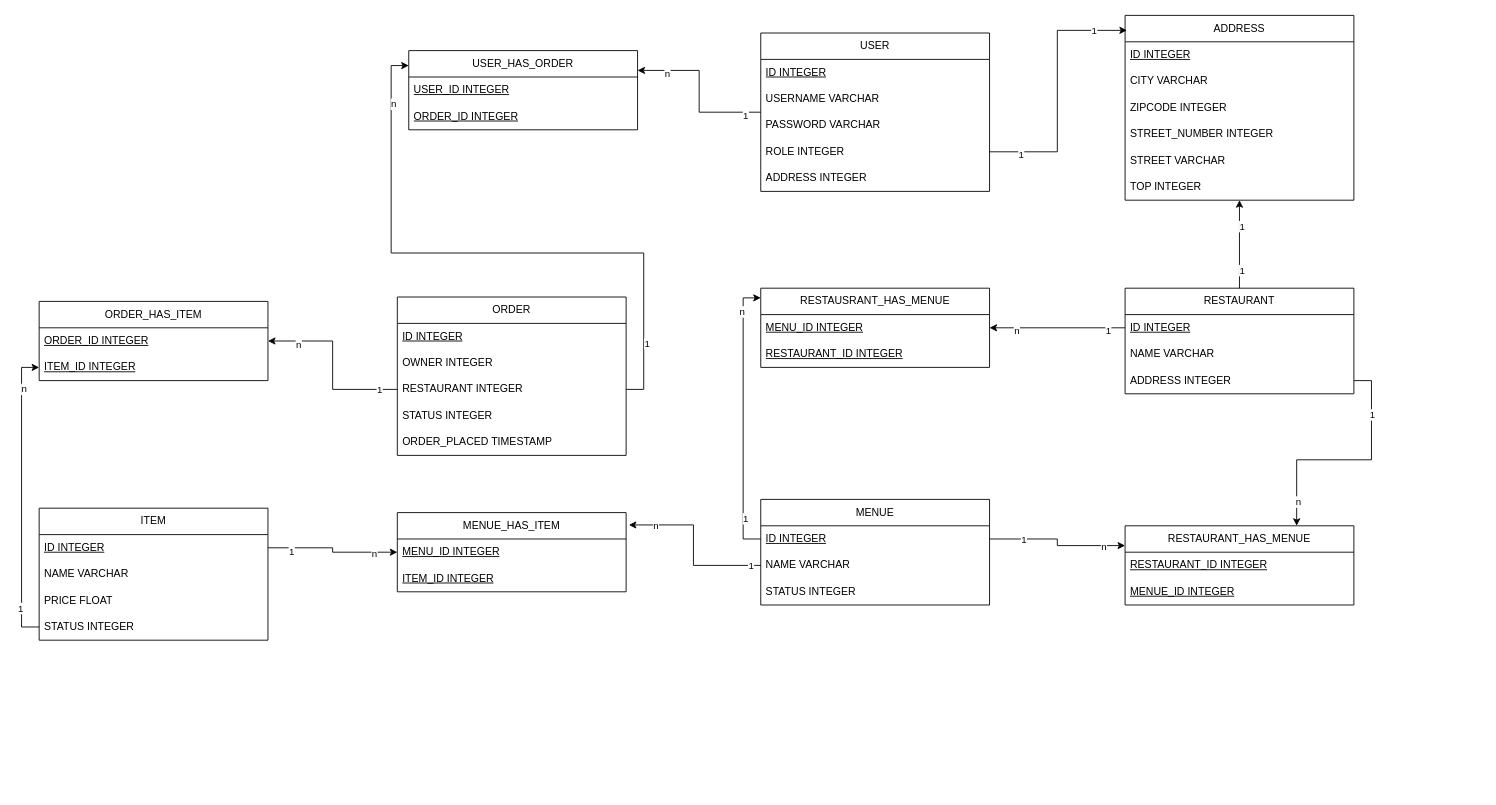
Before: doc_img/Unbenanntes Diagramm.drawio in SWE2-Group-2/MealMate, a draw.io diagram. Source tidied: cells renumbered, new cells numbered last; positions are measured from the earlier drawing's top-left corner, leaving out a move shared by most shapes. Both pictures are drawn from the tidied source at 88%, with x=0, y=0 at pixel (39, 15).
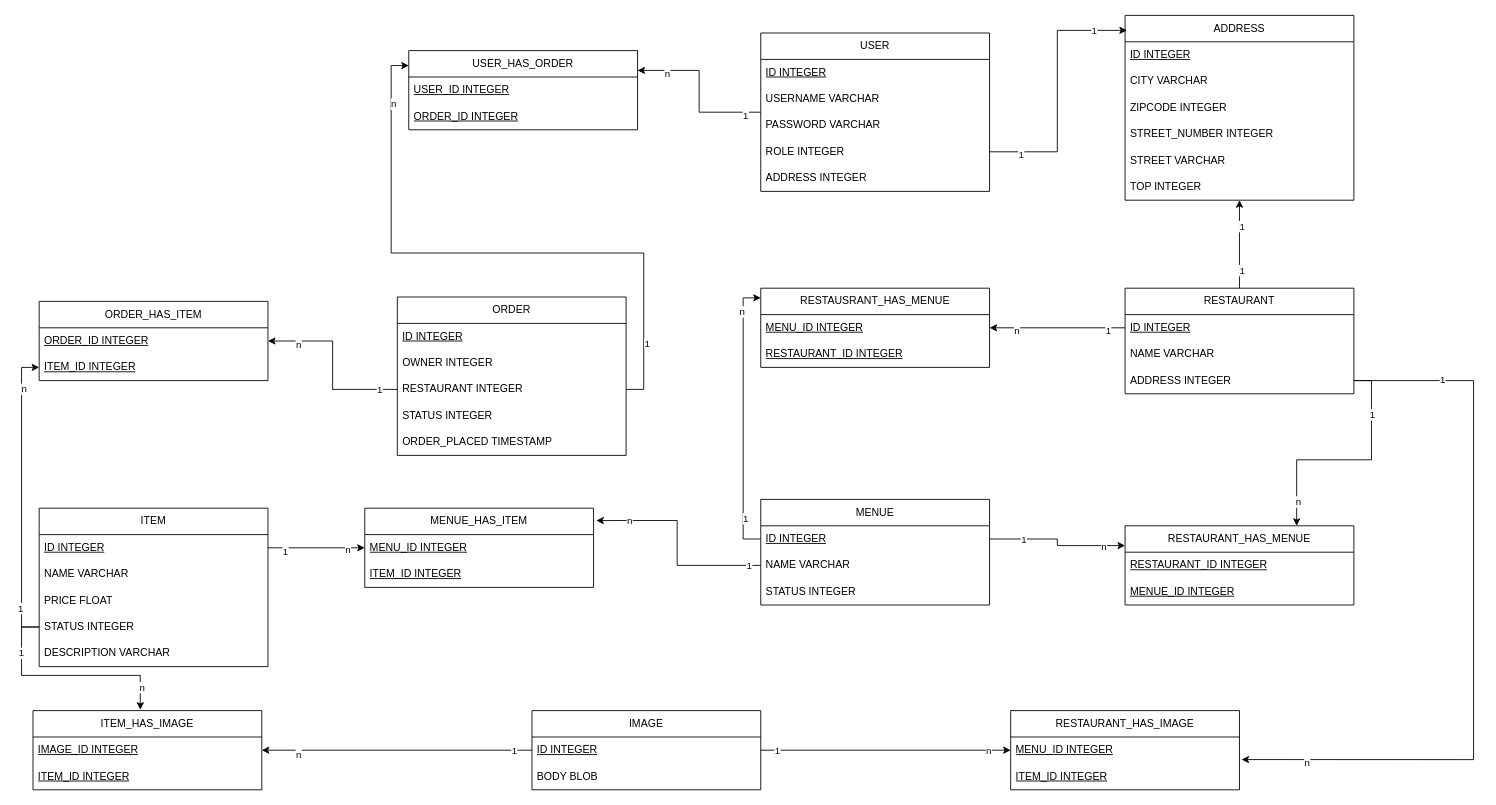
After the change.

Commit message (it also covers changes not shown here):
Added description to an item in the database model

The change refers to these unchanged cells:
```xml
<mxCell id="14" value="ADDRESS INTEGER" style="text;strokeColor=none;fillColor=none;align=left;verticalAlign=middle;spacingLeft=4;spacingRight=4;overflow=hidden;points=[[0,0.5],[1,0.5]];portConstraint=eastwest;whiteSpace=wrap;html=1;" parent="11" vertex="1">
  <mxGeometry y="90" width="260" height="30" as="geometry" />
</mxCell>
<mxCell id="32" value="STATUS INTEGER" style="text;strokeColor=none;fillColor=none;align=left;verticalAlign=middle;spacingLeft=4;spacingRight=4;overflow=hidden;points=[[0,0.5],[1,0.5]];portConstraint=eastwest;whiteSpace=wrap;html=1;" parent="28" vertex="1">
  <mxGeometry y="120" width="260" height="30" as="geometry" />
</mxCell>
```

Change to the diagram source:
```diff
@@
     <mxCell id="28" value="ITEM" style="swimlane;fontStyle=0;horizontal=1;startSize=30;whiteSpace=wrap;html=1;" parent="1" vertex="1">
-      <mxGeometry y="560" width="260" height="150" as="geometry" />
+      <mxGeometry y="560" width="260" height="180" as="geometry" />
     </mxCell>
@@
+    <mxCell id="85" value="DESCRIPTION VARCHAR" style="text;strokeColor=none;fillColor=none;align=left;verticalAlign=middle;spacingLeft=4;spacingRight=4;overflow=hidden;whiteSpace=wrap;html=1;" parent="28" vertex="1">
+      <mxGeometry y="150" width="260" height="30" as="geometry" />
+    </mxCell>
@@
     <mxCell id="46" value="MENUE_HAS_ITEM" style="swimlane;fontStyle=0;horizontal=1;startSize=30;whiteSpace=wrap;html=1;" parent="1" vertex="1">
-      <mxGeometry x="407" y="565" width="260" height="90" as="geometry" />
+      <mxGeometry x="370" y="560" width="260" height="90" as="geometry" />
     </mxCell>
@@
+    <mxCell id="86" style="edgeStyle=orthogonalEdgeStyle;rounded=0;jettySize=auto;html=1;entryX=1;entryY=0.5;entryDx=0;entryDy=0;" parent="1" edge="1" source="89" target="93">
+      <mxGeometry relative="1" as="geometry" />
+    </mxCell>
+    <mxCell id="87" value="1" style="edgeLabel;html=1;align=center;verticalAlign=middle;" parent="86" vertex="1">
+      <mxGeometry x="-0.86" relative="1" as="geometry" />
+    </mxCell>
+    <mxCell id="88" value="n" style="edgeLabel;html=1;align=center;verticalAlign=middle;" parent="86" vertex="1">
+      <mxGeometry x="0.73" y="4" relative="1" as="geometry" />
+    </mxCell>
+    <mxCell id="89" value="IMAGE" style="swimlane;fontStyle=0;horizontal=1;startSize=30;whiteSpace=wrap;html=1;" parent="1" vertex="1">
+      <mxGeometry x="560" y="790" width="260" height="90" as="geometry" />
+    </mxCell>
+    <mxCell id="90" value="&lt;u&gt;ID INTEGER&lt;/u&gt;" style="text;strokeColor=none;fillColor=none;align=left;verticalAlign=middle;spacingLeft=4;spacingRight=4;overflow=hidden;points=[[0,0.5],[1,0.5]];portConstraint=eastwest;whiteSpace=wrap;html=1;" parent="89" vertex="1">
+      <mxGeometry y="30" width="260" height="30" as="geometry" />
+    </mxCell>
+    <mxCell id="91" value="BODY BLOB" style="text;strokeColor=none;fillColor=none;align=left;verticalAlign=middle;spacingLeft=4;spacingRight=4;overflow=hidden;whiteSpace=wrap;html=1;" parent="89" vertex="1">
+      <mxGeometry y="60" width="260" height="30" as="geometry" />
+    </mxCell>
+    <mxCell id="92" value="ITEM_HAS_IMAGE" style="swimlane;fontStyle=0;horizontal=1;startSize=30;whiteSpace=wrap;html=1;" parent="1" vertex="1">
+      <mxGeometry x="-7" y="790" width="260" height="90" as="geometry" />
+    </mxCell>
+    <mxCell id="93" value="&lt;u&gt;IMAGE_ID INTEGER&lt;/u&gt;" style="text;strokeColor=none;fillColor=none;align=left;verticalAlign=middle;spacingLeft=4;spacingRight=4;overflow=hidden;points=[[0,0.5],[1,0.5]];portConstraint=eastwest;whiteSpace=wrap;html=1;" parent="92" vertex="1">
+      <mxGeometry y="30" width="260" height="30" as="geometry" />
+    </mxCell>
+    <mxCell id="94" value="&lt;u&gt;ITEM_ID INTEGER&lt;/u&gt;" style="text;strokeColor=none;fillColor=none;align=left;verticalAlign=middle;spacingLeft=4;spacingRight=4;overflow=hidden;whiteSpace=wrap;html=1;" parent="92" vertex="1">
+      <mxGeometry y="60" width="260" height="30" as="geometry" />
+    </mxCell>
+    <mxCell id="95" style="edgeStyle=orthogonalEdgeStyle;rounded=0;jettySize=auto;html=1;entryX=0.469;entryY=-0.011;entryDx=0;entryDy=0;entryPerimeter=0;" parent="1" edge="1" source="32" target="92">
+      <mxGeometry relative="1" as="geometry" />
+    </mxCell>
+    <mxCell id="96" value="1" style="edgeLabel;html=1;align=center;verticalAlign=middle;" parent="95" vertex="1">
+      <mxGeometry x="-0.61" y="-1" relative="1" as="geometry" />
+    </mxCell>
+    <mxCell id="97" value="n" style="edgeLabel;html=1;align=center;verticalAlign=middle;" parent="95" vertex="1">
+      <mxGeometry x="0.79" y="2" relative="1" as="geometry" />
+    </mxCell>
+    <mxCell id="98" value="RESTAURANT_HAS_IMAGE" style="swimlane;fontStyle=0;horizontal=1;startSize=30;whiteSpace=wrap;html=1;" parent="1" vertex="1">
+      <mxGeometry x="1104" y="790" width="260" height="90" as="geometry" />
+    </mxCell>
+    <mxCell id="99" value="&lt;u&gt;MENU_ID INTEGER&lt;/u&gt;" style="text;strokeColor=none;fillColor=none;align=left;verticalAlign=middle;spacingLeft=4;spacingRight=4;overflow=hidden;points=[[0,0.5],[1,0.5]];portConstraint=eastwest;whiteSpace=wrap;html=1;" parent="98" vertex="1">
+      <mxGeometry y="30" width="260" height="30" as="geometry" />
+    </mxCell>
+    <mxCell id="100" value="&lt;u&gt;ITEM_ID INTEGER&lt;/u&gt;" style="text;strokeColor=none;fillColor=none;align=left;verticalAlign=middle;spacingLeft=4;spacingRight=4;overflow=hidden;points=[[0,0.5],[1,0.5]];portConstraint=eastwest;whiteSpace=wrap;html=1;" parent="98" vertex="1">
+      <mxGeometry y="60" width="260" height="30" as="geometry" />
+    </mxCell>
+    <mxCell id="101" style="edgeStyle=orthogonalEdgeStyle;rounded=0;jettySize=auto;html=1;entryX=0;entryY=0.5;entryDx=0;entryDy=0;" parent="1" edge="1" source="90" target="99">
+      <mxGeometry relative="1" as="geometry" />
+    </mxCell>
+    <mxCell id="102" value="1" style="edgeLabel;html=1;align=center;verticalAlign=middle;" parent="101" vertex="1">
+      <mxGeometry x="-0.87" relative="1" as="geometry" />
+    </mxCell>
+    <mxCell id="103" value="n" style="edgeLabel;html=1;align=center;verticalAlign=middle;" parent="101" vertex="1">
+      <mxGeometry x="0.82" relative="1" as="geometry" />
+    </mxCell>
+    <mxCell id="104" style="edgeStyle=orthogonalEdgeStyle;rounded=0;jettySize=auto;html=1;entryX=1.009;entryY=-0.145;entryDx=0;entryDy=0;entryPerimeter=0;" parent="1" edge="1" source="14" target="100">
+      <mxGeometry relative="1" as="geometry">
+        <Array as="points">
+          <mxPoint x="1630" y="415" />
+          <mxPoint x="1630" y="846" />
+        </Array>
+      </mxGeometry>
+    </mxCell>
+    <mxCell id="105" value="1" style="edgeLabel;html=1;align=center;verticalAlign=middle;" parent="104" vertex="1">
+      <mxGeometry x="-0.76" y="2" relative="1" as="geometry" />
+    </mxCell>
+    <mxCell id="106" value="n" style="edgeLabel;html=1;align=center;verticalAlign=middle;" parent="104" vertex="1">
+      <mxGeometry x="0.82" y="4" relative="1" as="geometry" />
+    </mxCell>
```
